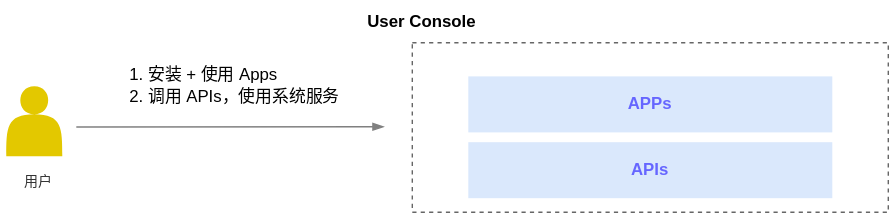
Earlier version of the draw.io export src/assets/overview/use-user-console.drawio.svg (t9k/ucman). Source tidied: cells renumbered, new cells last; positions are measured from the earlier drawing's top-left corner, leaving out a move shared by most shapes.
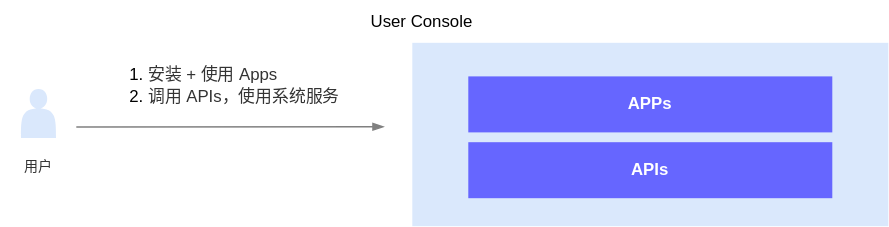
Above is the later version.

What changed in the source:
```diff
@@ -2,13 +2,13 @@
   <root>
     <mxCell id="0" />
     <mxCell id="1" parent="0" />
-    <mxCell id="2" style="rounded=0;whiteSpace=wrap;html=1;fillColor=none;strokeColor=#666666;fontColor=#333333;dashed=1;" parent="1" vertex="1">
-      <mxGeometry x="294" y="30" width="340" height="121" as="geometry" />
+    <mxCell id="2" style="rounded=0;whiteSpace=wrap;html=1;fillColor=#dae8fc;strokeColor=none;dashed=1;" parent="1" vertex="1">
+      <mxGeometry x="294" y="30" width="340" height="131" as="geometry" />
     </mxCell>
-    <mxCell id="3" value="&lt;div style=&quot;text-align: left;&quot;&gt;&lt;ol style=&quot;line-height: 130%;&quot;&gt;&lt;li&gt;&lt;span style=&quot;background-color: initial;&quot;&gt;安装 + 使用 Apps&lt;/span&gt;&lt;/li&gt;&lt;li&gt;&lt;span style=&quot;background-color: initial;&quot;&gt;调用 APIs，使用系统服务&lt;/span&gt;&lt;/li&gt;&lt;/ol&gt;&lt;/div&gt;" style="text;html=1;strokeColor=none;fillColor=none;align=center;verticalAlign=middle;whiteSpace=wrap;rounded=0;" parent="1" vertex="1">
+    <mxCell id="3" value="&lt;div style=&quot;text-align: left;&quot;&gt;&lt;ol style=&quot;line-height: 130%;&quot;&gt;&lt;li&gt;&lt;span style=&quot;background-color: initial;&quot;&gt;&lt;font color=&quot;#333333&quot;&gt;安装 + 使用 Apps&lt;/font&gt;&lt;/span&gt;&lt;/li&gt;&lt;li&gt;&lt;span style=&quot;background-color: initial;&quot;&gt;&lt;font color=&quot;#333333&quot;&gt;调用 APIs，使用系统服务&lt;/font&gt;&lt;/span&gt;&lt;/li&gt;&lt;/ol&gt;&lt;/div&gt;" style="text;html=1;strokeColor=none;fillColor=none;align=center;verticalAlign=middle;whiteSpace=wrap;rounded=0;" parent="1" vertex="1">
       <mxGeometry x="64" y="41" width="180" height="40" as="geometry" />
     </mxCell>
-    <mxCell id="4" value="&lt;b&gt;User Console&lt;/b&gt;" style="text;html=1;strokeColor=none;fillColor=none;align=center;verticalAlign=middle;whiteSpace=wrap;rounded=0;" parent="1" vertex="1">
+    <mxCell id="4" value="User Console" style="text;html=1;strokeColor=none;fillColor=none;align=center;verticalAlign=middle;whiteSpace=wrap;rounded=0;" parent="1" vertex="1">
       <mxGeometry x="261" width="80" height="30" as="geometry" />
     </mxCell>
     <mxCell id="5" style="edgeStyle=none;html=1;fontColor=#FFFFFF;strokeColor=#808080;endArrow=blockThin;endFill=1;" parent="1" edge="1">
@@ -17,17 +17,17 @@
         <mxPoint x="274" y="90" as="targetPoint" />
       </mxGeometry>
     </mxCell>
-    <mxCell id="6" style="shape=actor;whiteSpace=wrap;html=1;fillColor=#e3c800;strokeColor=none;fontColor=#000000;" parent="1" vertex="1">
-      <mxGeometry x="4" y="61" width="40" height="50" as="geometry" />
+    <mxCell id="6" style="shape=actor;whiteSpace=wrap;html=1;fillColor=#dae8fc;strokeColor=none;" parent="1" vertex="1">
+      <mxGeometry x="14.5" y="63" width="25" height="35" as="geometry" />
     </mxCell>
-    <mxCell id="7" value="&lt;font color=&quot;#6666ff&quot;&gt;&lt;b&gt;APIs&lt;/b&gt;&lt;/font&gt;" style="rounded=0;whiteSpace=wrap;html=1;fillColor=#dae8fc;strokeColor=none;" parent="1" vertex="1">
+    <mxCell id="7" value="&lt;font&gt;&lt;b&gt;APIs&lt;/b&gt;&lt;/font&gt;" style="rounded=0;whiteSpace=wrap;html=1;fillColor=#6666FF;strokeColor=none;fontColor=#FFFFFF;" parent="1" vertex="1">
       <mxGeometry x="334" y="101" width="260" height="40" as="geometry" />
     </mxCell>
-    <mxCell id="8" value="&lt;font color=&quot;#6666ff&quot;&gt;&lt;b&gt;APPs&lt;/b&gt;&lt;/font&gt;" style="rounded=0;whiteSpace=wrap;html=1;fillColor=#dae8fc;strokeColor=none;" parent="1" vertex="1">
+    <mxCell id="8" value="&lt;font&gt;&lt;b&gt;APPs&lt;/b&gt;&lt;/font&gt;" style="rounded=0;whiteSpace=wrap;html=1;fillColor=#6666FF;strokeColor=none;fontColor=#FFFFFF;" parent="1" vertex="1">
       <mxGeometry x="334" y="54" width="260" height="40" as="geometry" />
     </mxCell>
     <mxCell id="9" value="&lt;font color=&quot;#333333&quot;&gt;&lt;span style=&quot;font-size: 10px;&quot;&gt;用户&lt;/span&gt;&lt;/font&gt;" style="text;html=1;strokeColor=none;fillColor=none;align=center;verticalAlign=middle;whiteSpace=wrap;rounded=0;" parent="1" vertex="1">
-      <mxGeometry y="118" width="54" height="21" as="geometry" />
+      <mxGeometry y="107" width="54" height="21" as="geometry" />
     </mxCell>
   </root>
 </mxGraphModel>
```
